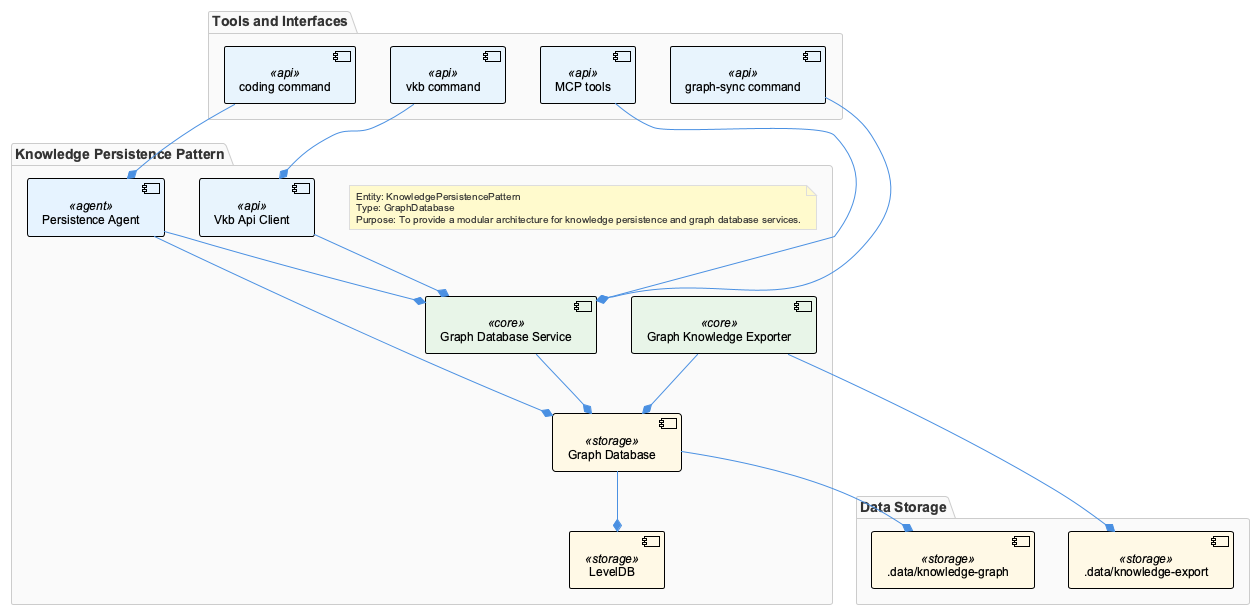
Earlier version of the PlantUML export knowledge-management/insights/images/knowledge-persistence-pattern-architecture.png (fwornle/coding).
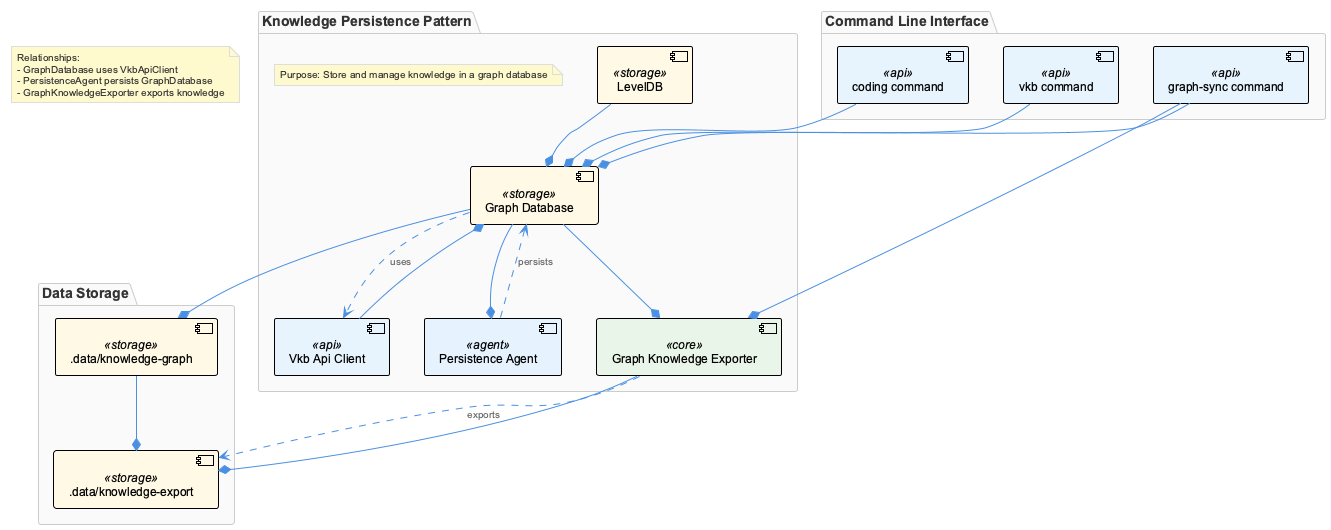
Later version of the same file.

Diff of the diagram source:
```diff
@@ -2,37 +2,29 @@
 !include /Users/q284340/Agentic/coding/docs/puml/_standard-style.puml
 
 package "Knowledge Persistence Pattern" {
+  note as AutoNote2
+    Purpose: Store and manage knowledge in a graph database
+  end note
   component GraphDatabase <<storage>> as "Graph Database"
   component LevelDB <<storage>> as "LevelDB"
+  component GraphKnowledgeExporter <<core>> as "Graph Knowledge Exporter"
   component PersistenceAgent <<agent>> as "Persistence Agent"
-  component GraphDatabaseService <<core>> as "Graph Database Service"
   component VkbApiClient <<api>> as "Vkb Api Client"
-  component GraphKnowledgeExporter <<core>> as "Graph Knowledge Exporter"
 
-  GraphDatabase --* LevelDB
-  PersistenceAgent --* GraphDatabase
-  PersistenceAgent --* GraphDatabaseService
-  GraphDatabaseService --* GraphDatabase
-  VkbApiClient --* GraphDatabaseService
-  GraphKnowledgeExporter --* GraphDatabase
-
-  note as AutoNote1
-  Entity: KnowledgePersistencePattern
-  Type: GraphDatabase
-  Purpose: To provide a modular architecture for knowledge persistence and graph database services.
-end note
+  GraphDatabase --* GraphKnowledgeExporter
+  GraphDatabase --* PersistenceAgent
+  LevelDB --* GraphDatabase
+  VkbApiClient --* GraphDatabase
 }
 
-package "Tools and Interfaces" {
+package "Command Line Interface" {
   component vkb <<api>> as "vkb command"
-  component MCP_tools <<api>> as "MCP tools"
+  component coding <<api>> as "coding command"
   component graph_sync <<api>> as "graph-sync command"
-  component coding <<api>> as "coding command"
-
-  vkb --* VkbApiClient
-  MCP_tools --* GraphDatabaseService
-  graph_sync --* GraphDatabaseService
-  coding --* PersistenceAgent
+  vkb --* GraphDatabase
+  coding --* GraphDatabase
+  graph_sync --* GraphDatabase
+  graph_sync --* GraphKnowledgeExporter
 }
 
 package "Data Storage" {
@@ -41,6 +33,18 @@
 
   GraphDatabase --* knowledge_graph
   GraphKnowledgeExporter --* knowledge_export
+  knowledge_graph --* knowledge_export
 }
 
+GraphDatabase ..> VkbApiClient : uses
+PersistenceAgent ..> GraphDatabase : persists
+GraphKnowledgeExporter ..> knowledge_export : exports
+
+note as AutoNote1
+  Relationships:
+  - GraphDatabase uses VkbApiClient
+  - PersistenceAgent persists GraphDatabase
+  - GraphKnowledgeExporter exports knowledge
+end note
+
 @enduml
```
